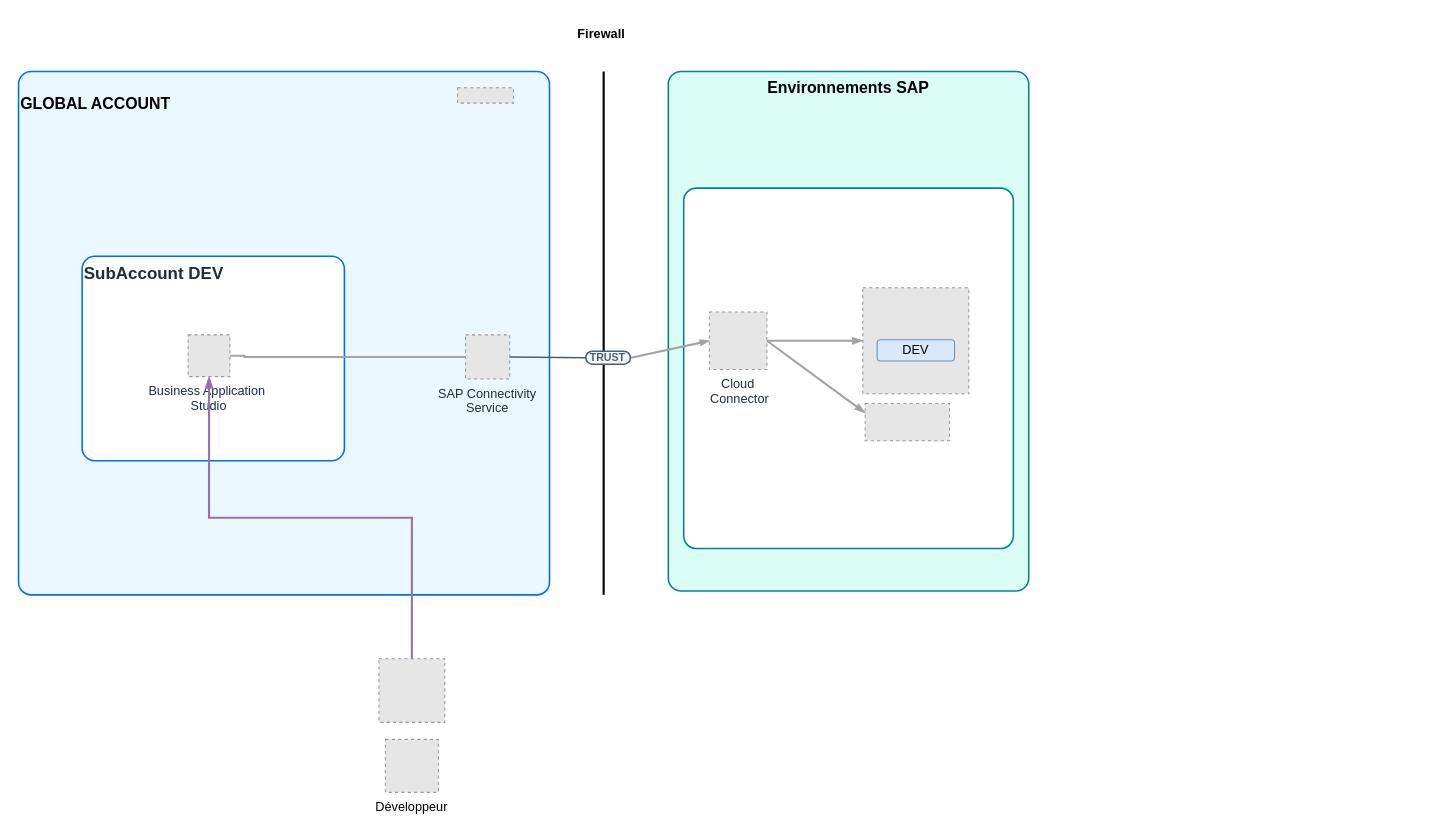
Earlier version of the draw.io diagram Untitled Diagram.drawio (MikaPaP/DevSimple). Source tidied: cells renumbered, new cells numbered last; positions are measured from the earlier drawing's top-left corner, leaving out a move shared by most shapes. Both pictures are drawn from the tidied source at 106%, with x=0, y=0 at pixel (18, 18). Pictures stored in the file or linked from it are replaced by grey dashed boxes.
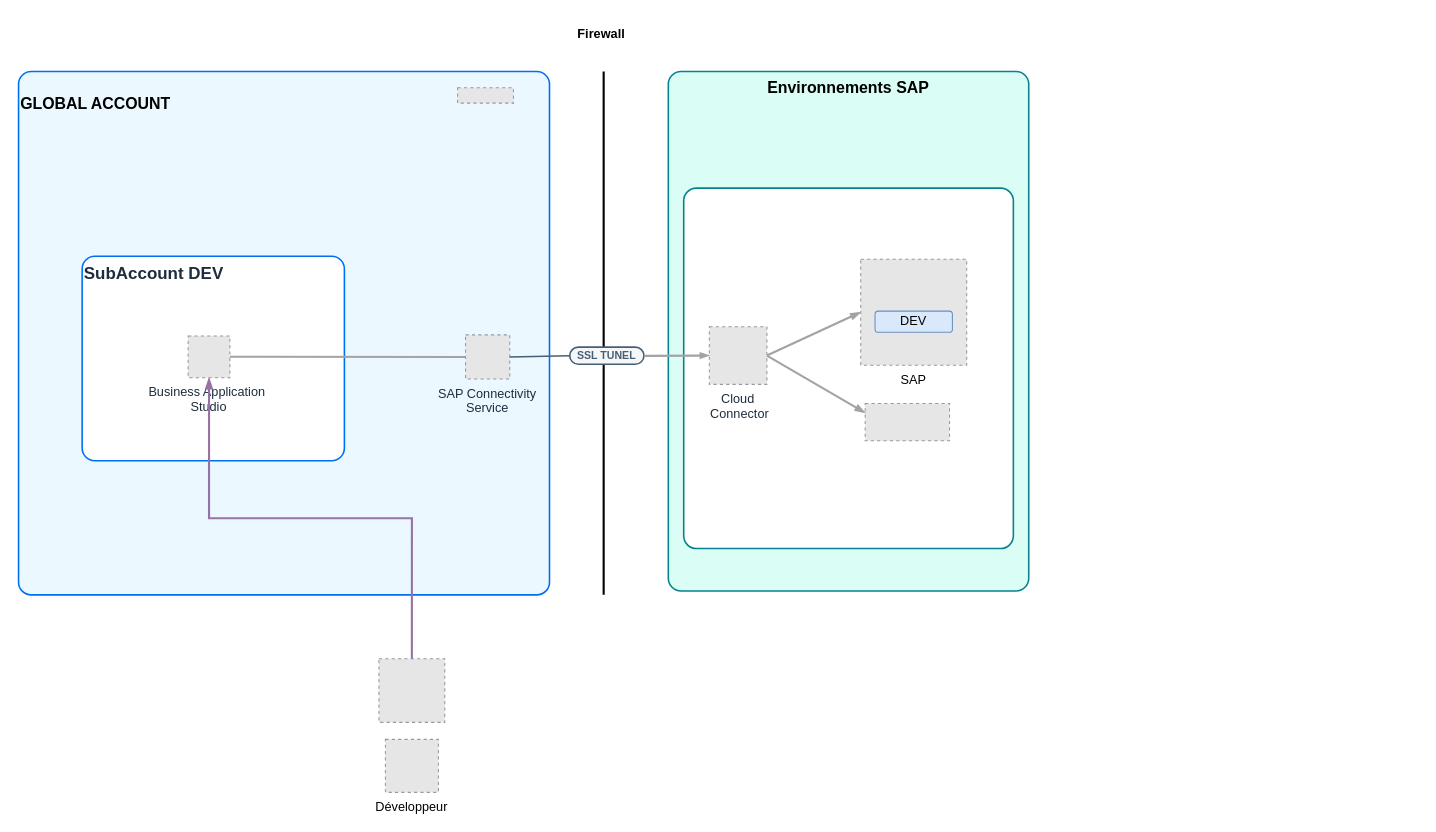
Above is the later version.

The change refers to these unchanged cells:
```xml
<mxCell id="5" style="group;arcSize=24;" parent="1" vertex="1">
  <mxGeometry x="160" y="50" width="1160" height="560" as="geometry" />
</mxCell>
```

What changed in the source:
```diff
@@
-    <mxCell id="4" style="fillColor=#E6E6E6;strokeColor=#999999;dashed=1;verticalLabelPosition=bottom;verticalAlign=top;" parent="1" vertex="1">
-      <mxGeometry x="796.5" y="254" width="100" height="100" as="geometry" />
+    <mxCell id="4" value="SAP" style="fillColor=#E6E6E6;strokeColor=#999999;dashed=1;verticalLabelPosition=bottom;verticalAlign=top;" parent="1" vertex="1">
+      <mxGeometry x="794.5" y="227" width="100" height="100" as="geometry" />
     </mxCell>
@@
-    <mxCell id="11" value="&lt;p style=&quot;line-height: 114%;&quot;&gt;&lt;font color=&quot;#475f75&quot; size=&quot;1&quot;&gt;&lt;b style=&quot;&quot;&gt;TRUST&lt;/b&gt;&lt;/font&gt;&lt;/p&gt;" style="rounded=1;whiteSpace=wrap;html=1;arcSize=50;strokeColor=#475f75;fillColor=#f5f6f7;fontColor=#266f3a;strokeWidth=1.5;" parent="5" vertex="1">
-      <mxGeometry x="375.1" y="263.8" width="42.1" height="12.3" as="geometry" />
+    <mxCell id="11" value="&lt;p style=&quot;line-height: 114%;&quot;&gt;&lt;font color=&quot;#475f75&quot; size=&quot;1&quot;&gt;&lt;b style=&quot;&quot;&gt;SSL TUNEL&lt;/b&gt;&lt;/font&gt;&lt;/p&gt;" style="rounded=1;whiteSpace=wrap;html=1;arcSize=50;strokeColor=#475f75;fillColor=#f5f6f7;fontColor=#266f3a;strokeWidth=1.5;" parent="5" vertex="1">
+      <mxGeometry x="360" y="260" width="70" height="16.2" as="geometry" />
     </mxCell>
@@
     <mxCell id="14" value="Business Application &#10;Studio" style="fillColor=#E6E6E6;strokeColor=#999999;dashed=1;verticalLabelPosition=bottom;verticalAlign=top;fontStyle=0;fontSize=12;fontColor=#1D2D3E;" parent="5" vertex="1">
-      <mxGeometry y="248.4" width="39.4" height="39.4" as="geometry" />
+      <mxGeometry y="249.4" width="39.4" height="39.4" as="geometry" />
     </mxCell>
@@
     <mxCell id="18" value="Cloud&#10; Connector" style="fillColor=#E6E6E6;strokeColor=#999999;dashed=1;verticalLabelPosition=bottom;verticalAlign=top;fontStyle=0;fontSize=12;fontColor=#1D2D3E;" parent="1" vertex="1">
-      <mxGeometry x="651.7" y="276.8" width="54.3" height="54.3" as="geometry" />
+      <mxGeometry x="651.7" y="290.8" width="54.3" height="54.3" as="geometry" />
     </mxCell>
@@
     <mxCell id="20" value="DEV" style="rounded=1;whiteSpace=wrap;html=1;fillColor=#dae8fc;strokeColor=#6c8ebf;" parent="1" vertex="1">
-      <mxGeometry x="810" y="303" width="73" height="20" as="geometry" />
+      <mxGeometry x="808" y="276" width="73" height="20" as="geometry" />
     </mxCell>
```
